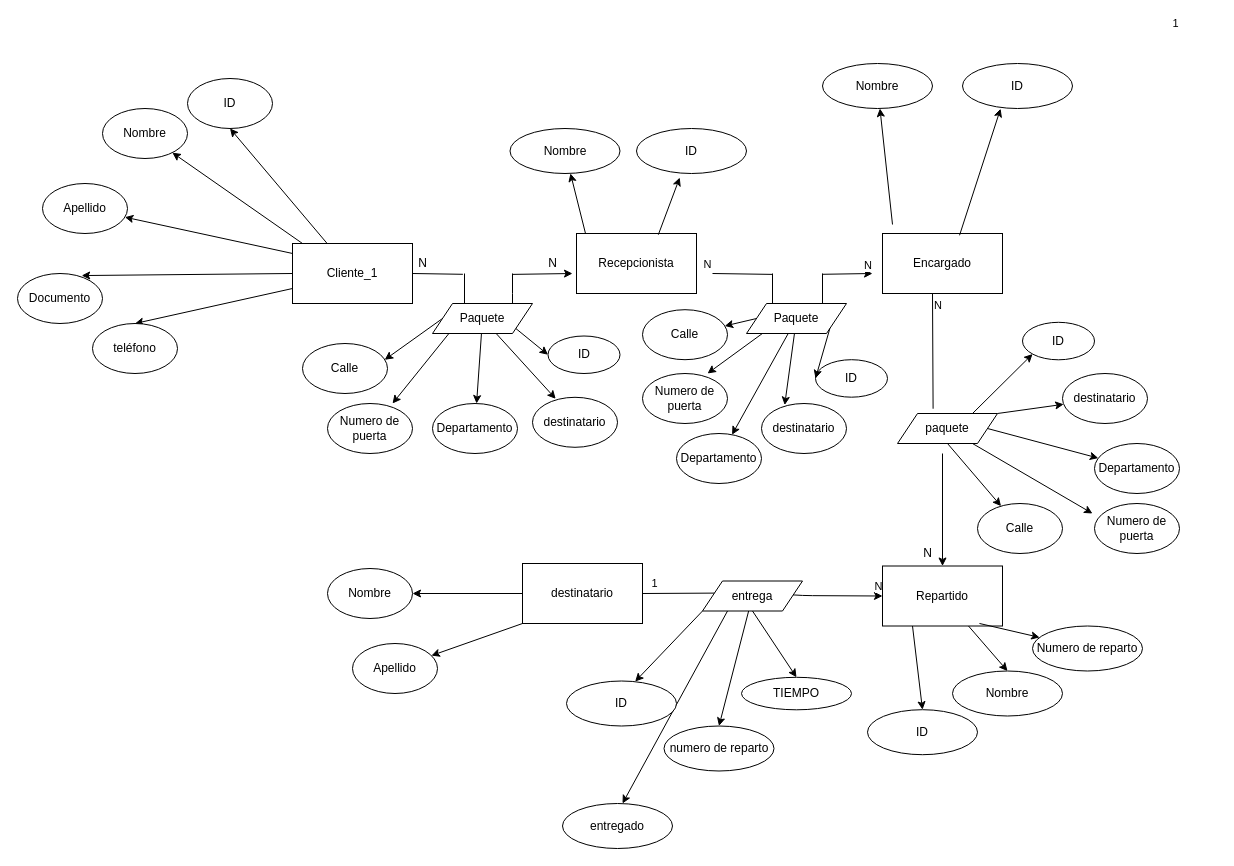
mateovillaa11/Proyecto_FindeA-o keeps this draw.io diagram as mer.drawio. Above is the earlier version. Source tidied: cells renumbered, new cells numbered last; positions are measured from the earlier drawing's top-left corner, leaving out a move shared by most shapes. Both pictures are drawn from the tidied source at 100%, with x=0, y=0 at pixel (17, 63).
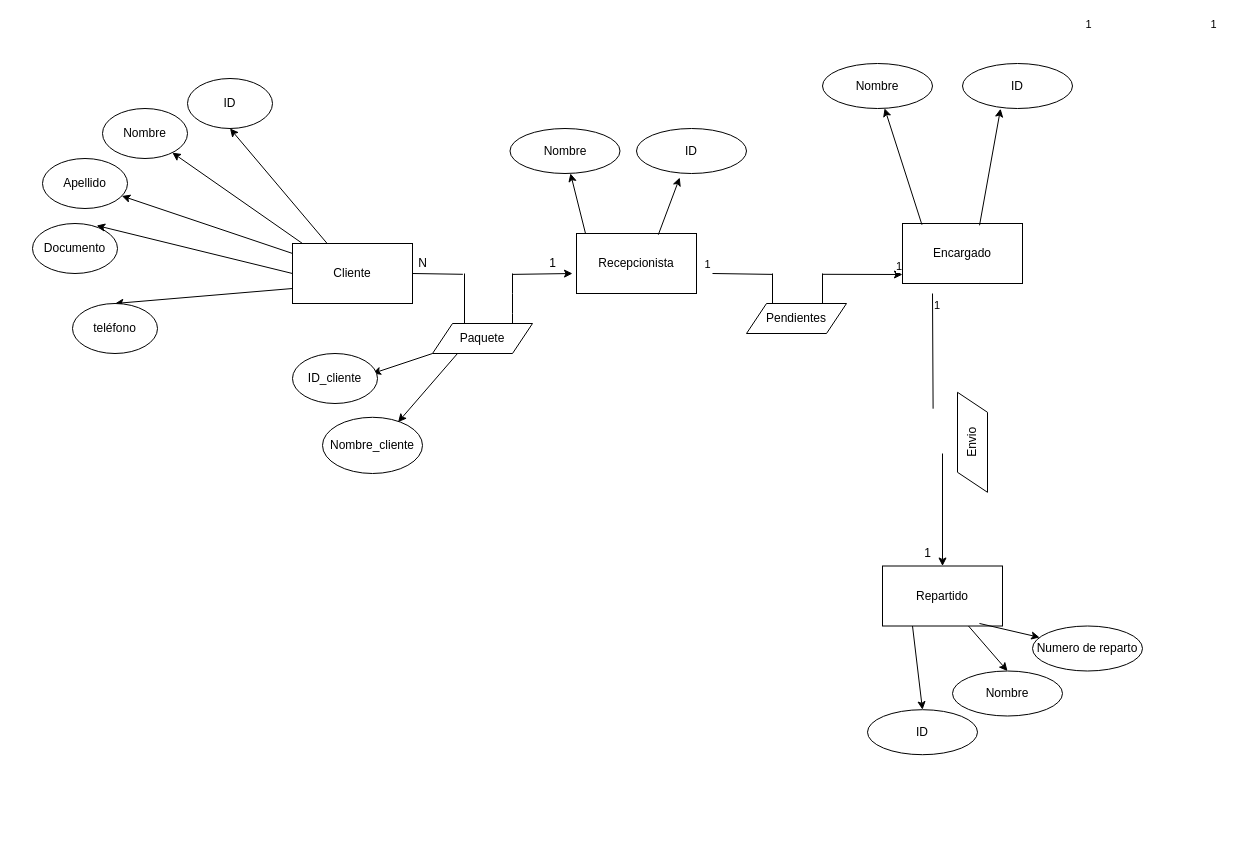
The same page after the edit.

The change refers to these unchanged cells:
```xml
<mxCell id="55" value="Nombre" style="ellipse;whiteSpace=wrap;html=1;" parent="1" vertex="1">
  <mxGeometry x="805" width="110" height="45" as="geometry" />
</mxCell>
```

What changed in the source:
```diff
@@
     <mxCell id="5" value="Encargado" style="rounded=0;whiteSpace=wrap;html=1;" parent="1" vertex="1">
-      <mxGeometry x="865" y="170" width="120" height="60" as="geometry" />
+      <mxGeometry x="885" y="160" width="120" height="60" as="geometry" />
     </mxCell>
-    <mxCell id="6" value="destinatario" style="rounded=0;whiteSpace=wrap;html=1;" parent="1" vertex="1">
-      <mxGeometry x="505" y="500" width="120" height="60" as="geometry" />
-    </mxCell>
@@
     <mxCell id="9" value="1" style="endArrow=classic;html=1;startArrow=none;" parent="1" edge="1">
       <mxGeometry x="1" y="398" relative="1" as="geometry">
         <mxPoint x="804.6" y="210.8" as="sourcePoint" />
-        <mxPoint x="855" y="210" as="targetPoint" />
+        <mxPoint x="885" y="211" as="targetPoint" />
         <mxPoint x="310" y="148" as="offset" />
       </mxGeometry>
     </mxCell>
-    <mxCell id="10" value="N" style="edgeLabel;html=1;align=right;verticalAlign=bottom;" parent="9" vertex="1">
+    <mxCell id="10" value="1" style="edgeLabel;html=1;align=right;verticalAlign=bottom;" parent="9" vertex="1">
       <mxGeometry x="1" relative="1" as="geometry" />
     </mxCell>
-    <mxCell id="11" value="N" style="text;html=1;align=center;verticalAlign=middle;strokeColor=none;fillColor=none;" parent="1" vertex="1">
+    <mxCell id="11" value="1" style="text;html=1;align=center;verticalAlign=middle;strokeColor=none;fillColor=none;" parent="1" vertex="1">
       <mxGeometry x="525" y="190" width="20" height="20" as="geometry" />
     </mxCell>
@@
-    <mxCell id="13" value="N" style="text;html=1;align=center;verticalAlign=middle;strokeColor=none;fillColor=none;" parent="1" vertex="1">
+    <mxCell id="13" value="1" style="text;html=1;align=center;verticalAlign=middle;strokeColor=none;fillColor=none;" parent="1" vertex="1">
       <mxGeometry x="900" y="480" width="20" height="20" as="geometry" />
     </mxCell>
-    <mxCell id="14" style="endArrow=classic;html=1;startArrow=none;" parent="1" edge="1">
-      <mxGeometry relative="1" as="geometry">
-        <mxPoint x="763.5" y="530.5" as="sourcePoint" />
-        <mxPoint x="865" y="532.5" as="targetPoint" />
-        <Array as="points">
-          <mxPoint x="785" y="532.1" />
-        </Array>
-      </mxGeometry>
-    </mxCell>
-    <mxCell id="15" value="N" style="edgeLabel;html=1;align=center;verticalAlign=middle;" parent="14" vertex="1">
-      <mxGeometry x="0.85" y="1" relative="1" as="geometry">
-        <mxPoint x="3" y="-9" as="offset" />
-      </mxGeometry>
-    </mxCell>
@@
-    <mxCell id="17" value="Apellido" style="ellipse;whiteSpace=wrap;html=1;" parent="1" vertex="1">
-      <mxGeometry x="335" y="580" width="85" height="50" as="geometry" />
-    </mxCell>
-    <mxCell id="18" style="endArrow=classic;html=1;exitX=0;exitY=1;exitDx=0;exitDy=0;" parent="1" edge="1" source="6" target="17">
-      <mxGeometry relative="1" as="geometry" />
-    </mxCell>
-    <mxCell id="19" value="Cliente_1" style="rounded=0;whiteSpace=wrap;html=1;" parent="1" vertex="1">
+    <mxCell id="19" value="Cliente" style="rounded=0;whiteSpace=wrap;html=1;" parent="1" vertex="1">
       <mxGeometry x="275" y="180" width="120" height="60" as="geometry" />
     </mxCell>
-    <mxCell id="20" style="endArrow=classic;html=1;entryX=1;entryY=0.5;entryDx=0;entryDy=0;exitX=0;exitY=0.5;exitDx=0;exitDy=0;" parent="1" edge="1" source="6" target="21">
-      <mxGeometry relative="1" as="geometry" />
-    </mxCell>
-    <mxCell id="21" value="Nombre" style="ellipse;whiteSpace=wrap;html=1;" parent="1" vertex="1">
-      <mxGeometry x="310" y="505" width="85" height="50" as="geometry" />
-    </mxCell>
     <mxCell id="22" value="Apellido" style="ellipse;whiteSpace=wrap;html=1;" parent="1" vertex="1">
-      <mxGeometry x="25" y="120" width="85" height="50" as="geometry" />
+      <mxGeometry x="25" y="95" width="85" height="50" as="geometry" />
     </mxCell>
-    <mxCell id="23" value="Departamento" style="ellipse;whiteSpace=wrap;html=1;" parent="1" vertex="1">
-      <mxGeometry x="415" y="340" width="85" height="50" as="geometry" />
-    </mxCell>
@@
-    <mxCell id="25" style="endArrow=classic;html=1;" parent="1" edge="1" source="46" target="23">
-      <mxGeometry relative="1" as="geometry" />
-    </mxCell>
     <mxCell id="26" value="Documento" style="ellipse;whiteSpace=wrap;html=1;" parent="1" vertex="1">
-      <mxGeometry y="210" width="85" height="50" as="geometry" />
+      <mxGeometry x="15" y="160" width="85" height="50" as="geometry" />
     </mxCell>
@@
     <mxCell id="29" value="teléfono" style="ellipse;whiteSpace=wrap;html=1;" parent="1" vertex="1">
-      <mxGeometry x="75" y="260" width="85" height="50" as="geometry" />
+      <mxGeometry x="55" y="240" width="85" height="50" as="geometry" />
     </mxCell>
@@
-    <mxCell id="34" style="endArrow=none;html=1;" parent="1" edge="1">
+    <mxCell id="34" value="1" style="endArrow=none;html=1;" parent="1" edge="1">
       <mxGeometry x="1" y="398" relative="1" as="geometry">
         <mxPoint x="695" y="210" as="sourcePoint" />
         <mxPoint x="755.3" y="210.9" as="targetPoint" />
         <mxPoint x="310" y="148" as="offset" />
       </mxGeometry>
     </mxCell>
-    <mxCell id="35" value="N" style="edgeLabel;html=1;align=center;verticalAlign=middle;" parent="34" vertex="1">
+    <mxCell id="35" value="1" style="edgeLabel;html=1;align=center;verticalAlign=middle;" parent="34" vertex="1">
       <mxGeometry x="-0.89" y="-1" relative="1" as="geometry">
         <mxPoint x="-8" y="-11" as="offset" />
       </mxGeometry>
     </mxCell>
-    <mxCell id="36" style="endArrow=none;html=1;entryX=0.644;entryY=1.159;entryDx=0;entryDy=0;entryPerimeter=0;" parent="1" edge="1" target="70">
+    <mxCell id="36" style="endArrow=none;html=1;entryX=0.644;entryY=1.159;entryDx=0;entryDy=0;entryPerimeter=0;" parent="1" edge="1">
       <mxGeometry relative="1" as="geometry">
         <mxPoint x="915" y="230" as="sourcePoint" />
+        <mxPoint x="915.6" y="345.2" as="targetPoint" />
       </mxGeometry>
     </mxCell>
-    <mxCell id="37" value="N" style="edgeLabel;html=1;align=left;verticalAlign=bottom;" parent="36" vertex="1">
+    <mxCell id="37" value="1" style="edgeLabel;html=1;align=left;verticalAlign=bottom;" parent="36" vertex="1">
       <mxGeometry x="-1" relative="1" as="geometry">
         <mxPoint y="20" as="offset" />
       </mxGeometry>
     </mxCell>
-    <mxCell id="38" style="endArrow=none;html=1;exitX=1;exitY=0.5;exitDx=0;exitDy=0;" parent="1" edge="1" source="6">
-      <mxGeometry relative="1" as="geometry">
-        <mxPoint x="715.7" y="529.5" as="targetPoint" />
-      </mxGeometry>
-    </mxCell>
-    <mxCell id="39" value="1" style="edgeLabel;html=1;align=center;verticalAlign=middle;" parent="38" vertex="1">
-      <mxGeometry x="-0.69" relative="1" as="geometry">
-        <mxPoint x="-2" y="-10" as="offset" />
-      </mxGeometry>
-    </mxCell>
-    <mxCell id="40" value="Calle" style="ellipse;whiteSpace=wrap;html=1;" parent="1" vertex="1">
-      <mxGeometry x="285" y="280" width="85" height="50" as="geometry" />
-    </mxCell>
-    <mxCell id="41" style="endArrow=classic;html=1;entryX=0.967;entryY=0.326;entryDx=0;entryDy=0;entryPerimeter=0;exitX=0;exitY=0.5;exitDx=0;exitDy=0;" parent="1" edge="1" source="46" target="40">
-      <mxGeometry relative="1" as="geometry" />
-    </mxCell>
-    <mxCell id="42" value="Numero de puerta" style="ellipse;whiteSpace=wrap;html=1;" parent="1" vertex="1">
-      <mxGeometry x="310" y="340" width="85" height="50" as="geometry" />
-    </mxCell>
-    <mxCell id="43" style="endArrow=classic;html=1;exitX=0.172;exitY=0.968;exitDx=0;exitDy=0;exitPerimeter=0;entryX=0.765;entryY=0;entryDx=0;entryDy=0;entryPerimeter=0;" parent="1" edge="1" source="46" target="42">
-      <mxGeometry relative="1" as="geometry" />
-    </mxCell>
@@
+    <mxCell id="97" style="edgeStyle=none;html=1;exitX=0;exitY=1;exitDx=0;exitDy=0;" parent="1" edge="1" source="46">
+      <mxGeometry relative="1" as="geometry">
+        <mxPoint x="355" y="310" as="targetPoint" />
+      </mxGeometry>
+    </mxCell>
+    <mxCell id="98" style="edgeStyle=none;html=1;exitX=0.25;exitY=1;exitDx=0;exitDy=0;entryX=0.756;entryY=0.086;entryDx=0;entryDy=0;entryPerimeter=0;" parent="1" edge="1" source="46" target="102">
+      <mxGeometry relative="1" as="geometry" />
+    </mxCell>
     <mxCell id="46" value="Paquete" style="shape=parallelogram;perimeter=parallelogramPerimeter;whiteSpace=wrap;html=1;fixedSize=1;" parent="1" vertex="1">
-      <mxGeometry x="415" y="240" width="100" height="30" as="geometry" />
+      <mxGeometry x="415" y="260" width="100" height="30" as="geometry" />
     </mxCell>
-    <mxCell id="47" value=" destinatario" style="ellipse;whiteSpace=wrap;html=1;" parent="1" vertex="1">
-      <mxGeometry x="515" y="333.8" width="85" height="50" as="geometry" />
-    </mxCell>
-    <mxCell id="48" style="endArrow=classic;html=1;entryX=0.273;entryY=0.031;entryDx=0;entryDy=0;entryPerimeter=0;" parent="1" edge="1" source="46" target="47">
-      <mxGeometry relative="1" as="geometry" />
-    </mxCell>
@@
-    <mxCell id="53" value="ID" style="ellipse;whiteSpace=wrap;html=1;" parent="1" vertex="1">
-      <mxGeometry x="530.5" y="272.5" width="72" height="37.5" as="geometry" />
-    </mxCell>
-    <mxCell id="54" style="endArrow=classic;html=1;entryX=0;entryY=0.5;entryDx=0;entryDy=0;exitX=1;exitY=1;exitDx=0;exitDy=0;" parent="1" edge="1" source="46" target="53">
-      <mxGeometry relative="1" as="geometry" />
-    </mxCell>
@@
-    <mxCell id="56" style="endArrow=classic;html=1;" parent="1" edge="1" target="55">
-      <mxGeometry relative="1" as="geometry">
-        <mxPoint x="875" y="161" as="sourcePoint" />
-      </mxGeometry>
+    <mxCell id="56" style="endArrow=classic;html=1;exitX=0.162;exitY=0.021;exitDx=0;exitDy=0;exitPerimeter=0;" parent="1" edge="1" source="5" target="55">
+      <mxGeometry relative="1" as="geometry" />
     </mxCell>
@@
-    <mxCell id="65" style="edgeStyle=none;html=1;exitX=0.5;exitY=0;exitDx=0;exitDy=0;" parent="1" edge="1" source="70" target="91">
-      <mxGeometry relative="1" as="geometry" />
-    </mxCell>
-    <mxCell id="66" style="edgeStyle=none;html=1;exitX=0.25;exitY=0;exitDx=0;exitDy=0;" parent="1" edge="1" source="70">
-      <mxGeometry relative="1" as="geometry">
-        <mxPoint x="1075" y="450" as="targetPoint" />
-      </mxGeometry>
-    </mxCell>
-    <mxCell id="67" style="edgeStyle=none;html=1;exitX=0;exitY=0.5;exitDx=0;exitDy=0;" parent="1" edge="1" source="70" target="89">
-      <mxGeometry relative="1" as="geometry" />
-    </mxCell>
-    <mxCell id="68" style="edgeStyle=none;html=1;exitX=0;exitY=1;exitDx=0;exitDy=0;" parent="1" edge="1" source="70" target="88">
-      <mxGeometry relative="1" as="geometry" />
-    </mxCell>
-    <mxCell id="69" style="edgeStyle=none;html=1;exitX=0.25;exitY=1;exitDx=0;exitDy=0;entryX=0;entryY=1;entryDx=0;entryDy=0;" parent="1" edge="1" source="70" target="87">
-      <mxGeometry relative="1" as="geometry" />
-    </mxCell>
-    <mxCell id="70" value="paquete" style="shape=parallelogram;perimeter=parallelogramPerimeter;whiteSpace=wrap;html=1;fixedSize=1;direction=west;size=20;" parent="1" vertex="1">
-      <mxGeometry x="880" y="350" width="100" height="30" as="geometry" />
-    </mxCell>
-    <mxCell id="71" style="edgeStyle=none;html=1;exitX=1;exitY=0;exitDx=0;exitDy=0;entryX=0.624;entryY=0.012;entryDx=0;entryDy=0;entryPerimeter=0;" parent="1" edge="1" source="75" target="94">
-      <mxGeometry relative="1" as="geometry" />
-    </mxCell>
-    <mxCell id="72" style="edgeStyle=none;html=1;entryX=0.5;entryY=0;entryDx=0;entryDy=0;" parent="1" edge="1" source="75" target="95">
-      <mxGeometry relative="1" as="geometry" />
-    </mxCell>
-    <mxCell id="73" style="edgeStyle=none;html=1;exitX=0.5;exitY=0;exitDx=0;exitDy=0;entryX=0.5;entryY=0;entryDx=0;entryDy=0;" parent="1" edge="1" source="75" target="93">
-      <mxGeometry relative="1" as="geometry" />
-    </mxCell>
-    <mxCell id="74" style="edgeStyle=none;html=1;exitX=0.75;exitY=0;exitDx=0;exitDy=0;" parent="1" edge="1" source="75">
-      <mxGeometry relative="1" as="geometry">
-        <mxPoint x="605" y="740" as="targetPoint" />
-      </mxGeometry>
-    </mxCell>
-    <mxCell id="75" value="entrega" style="shape=parallelogram;perimeter=parallelogramPerimeter;whiteSpace=wrap;html=1;fixedSize=1;direction=west;size=20;" parent="1" vertex="1">
-      <mxGeometry x="685" y="517.5" width="100" height="30" as="geometry" />
-    </mxCell>
-    <mxCell id="76" value="Departamento" style="ellipse;whiteSpace=wrap;html=1;" parent="1" vertex="1">
-      <mxGeometry x="659" y="370" width="85" height="50" as="geometry" />
-    </mxCell>
-    <mxCell id="77" style="endArrow=classic;html=1;" parent="1" edge="1" source="82" target="76">
-      <mxGeometry relative="1" as="geometry" />
-    </mxCell>
-    <mxCell id="78" value="Calle" style="ellipse;whiteSpace=wrap;html=1;" parent="1" vertex="1">
-      <mxGeometry x="625" y="246.2" width="85" height="50" as="geometry" />
-    </mxCell>
-    <mxCell id="79" style="endArrow=classic;html=1;entryX=0.967;entryY=0.326;entryDx=0;entryDy=0;entryPerimeter=0;exitX=0;exitY=0.5;exitDx=0;exitDy=0;" parent="1" edge="1" source="82" target="78">
-      <mxGeometry relative="1" as="geometry" />
-    </mxCell>
-    <mxCell id="80" value="Numero de puerta" style="ellipse;whiteSpace=wrap;html=1;" parent="1" vertex="1">
-      <mxGeometry x="625" y="310" width="85" height="50" as="geometry" />
-    </mxCell>
-    <mxCell id="81" style="endArrow=classic;html=1;exitX=0.172;exitY=0.968;exitDx=0;exitDy=0;exitPerimeter=0;entryX=0.765;entryY=0;entryDx=0;entryDy=0;entryPerimeter=0;" parent="1" edge="1" source="82" target="80">
-      <mxGeometry relative="1" as="geometry" />
-    </mxCell>
-    <mxCell id="82" value="Paquete" style="shape=parallelogram;perimeter=parallelogramPerimeter;whiteSpace=wrap;html=1;fixedSize=1;" parent="1" vertex="1">
-      <mxGeometry x="729" y="240" width="100" height="30" as="geometry" />
-    </mxCell>
-    <mxCell id="83" value=" destinatario" style="ellipse;whiteSpace=wrap;html=1;" parent="1" vertex="1">
-      <mxGeometry x="744" y="340" width="85" height="50" as="geometry" />
-    </mxCell>
-    <mxCell id="84" style="endArrow=classic;html=1;entryX=0.273;entryY=0.031;entryDx=0;entryDy=0;entryPerimeter=0;" parent="1" edge="1" source="82" target="83">
-      <mxGeometry relative="1" as="geometry" />
-    </mxCell>
-    <mxCell id="85" value="ID" style="ellipse;whiteSpace=wrap;html=1;" parent="1" vertex="1">
-      <mxGeometry x="798" y="296.2" width="72" height="37.5" as="geometry" />
-    </mxCell>
-    <mxCell id="86" style="endArrow=classic;html=1;entryX=0;entryY=0.5;entryDx=0;entryDy=0;exitX=1;exitY=1;exitDx=0;exitDy=0;" parent="1" edge="1" source="82" target="85">
-      <mxGeometry relative="1" as="geometry" />
-    </mxCell>
-    <mxCell id="87" value="ID" style="ellipse;whiteSpace=wrap;html=1;" parent="1" vertex="1">
-      <mxGeometry x="1005" y="258.8" width="72" height="37.5" as="geometry" />
-    </mxCell>
-    <mxCell id="88" value=" destinatario" style="ellipse;whiteSpace=wrap;html=1;" parent="1" vertex="1">
-      <mxGeometry x="1045" y="310" width="85" height="50" as="geometry" />
-    </mxCell>
-    <mxCell id="89" value="Departamento" style="ellipse;whiteSpace=wrap;html=1;" parent="1" vertex="1">
-      <mxGeometry x="1077" y="380" width="85" height="50" as="geometry" />
-    </mxCell>
-    <mxCell id="90" value="Numero de puerta" style="ellipse;whiteSpace=wrap;html=1;" parent="1" vertex="1">
-      <mxGeometry x="1077" y="440" width="85" height="50" as="geometry" />
-    </mxCell>
-    <mxCell id="91" value="Calle" style="ellipse;whiteSpace=wrap;html=1;" parent="1" vertex="1">
-      <mxGeometry x="960" y="440" width="85" height="50" as="geometry" />
-    </mxCell>
@@
-    <mxCell id="93" value="TIEMPO" style="ellipse;whiteSpace=wrap;html=1;" parent="1" vertex="1">
-      <mxGeometry x="724" y="613.8" width="110" height="32.5" as="geometry" />
-    </mxCell>
-    <mxCell id="94" value="ID" style="ellipse;whiteSpace=wrap;html=1;" parent="1" vertex="1">
-      <mxGeometry x="549" y="617.5" width="110" height="45" as="geometry" />
-    </mxCell>
-    <mxCell id="95" value="numero de reparto" style="ellipse;whiteSpace=wrap;html=1;" parent="1" vertex="1">
-      <mxGeometry x="646.5" y="662.5" width="110" height="45" as="geometry" />
-    </mxCell>
-    <mxCell id="96" value="entregado" style="ellipse;whiteSpace=wrap;html=1;" parent="1" vertex="1">
-      <mxGeometry x="545" y="740" width="110" height="45" as="geometry" />
-    </mxCell>
+    <mxCell id="99" value="Pendientes" style="shape=parallelogram;perimeter=parallelogramPerimeter;whiteSpace=wrap;html=1;fixedSize=1;" parent="1" vertex="1">
+      <mxGeometry x="729" y="240" width="100" height="30" as="geometry" />
+    </mxCell>
+    <mxCell id="100" value="Envio" style="shape=parallelogram;perimeter=parallelogramPerimeter;whiteSpace=wrap;html=1;fixedSize=1;rotation=-90;" parent="1" vertex="1">
+      <mxGeometry x="905" y="363.8" width="100" height="30" as="geometry" />
+    </mxCell>
+    <mxCell id="101" value="ID_cliente" style="ellipse;whiteSpace=wrap;html=1;" parent="1" vertex="1">
+      <mxGeometry x="275" y="290" width="85" height="50" as="geometry" />
+    </mxCell>
+    <mxCell id="102" value="Nombre_cliente" style="ellipse;whiteSpace=wrap;html=1;" parent="1" vertex="1">
+      <mxGeometry x="305" y="353.8" width="100" height="56.2" as="geometry" />
+    </mxCell>
```
